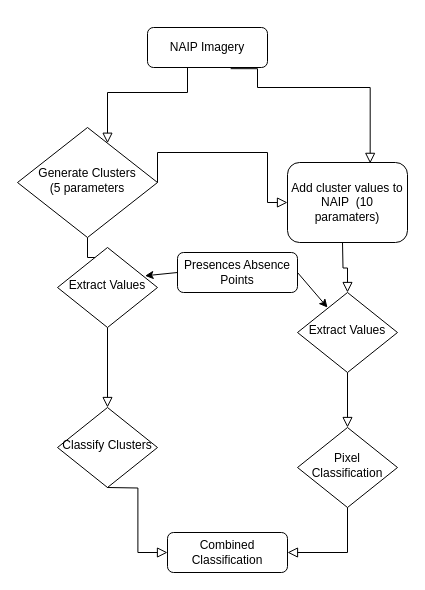
GeospatialCentroid/Agroforestry keeps this draw.io diagram as flowcharts/nonForestTreeClassificationMethoddrawio.drawio. Above is the earlier version. Source tidied: cells renumbered, new cells numbered last; positions are measured from the earlier drawing's top-left corner, leaving out a move shared by most shapes. Both pictures are drawn from the tidied source at 100%, with x=0, y=0 at pixel (17, 27).
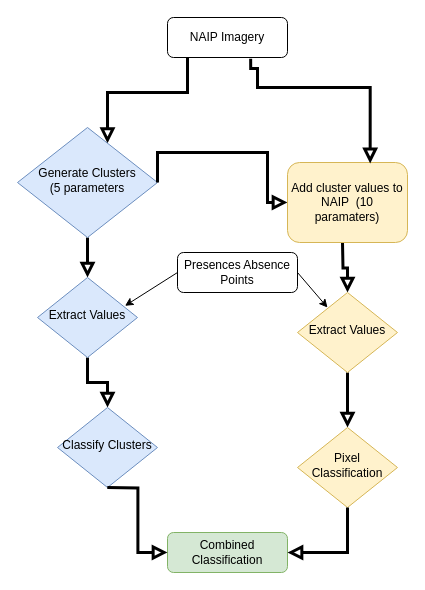
The same diagram, later.

What changed in the source:
```diff
@@
-    <mxCell id="2" style="rounded=0;html=1;jettySize=auto;fontSize=11;endArrow=block;endFill=0;endSize=8;strokeWidth=1;shadow=0;labelBackgroundColor=none;edgeStyle=orthogonalEdgeStyle;" parent="1" edge="1" source="3" target="5">
+    <mxCell id="2" style="rounded=0;html=1;jettySize=auto;fontSize=11;endArrow=block;endFill=0;endSize=8;strokeWidth=3;shadow=0;labelBackgroundColor=none;edgeStyle=orthogonalEdgeStyle;" parent="1" edge="1" source="3" target="5">
       <mxGeometry relative="1" as="geometry">
         <Array as="points">
           <mxPoint x="170" y="65" />
           <mxPoint x="90" y="65" />
         </Array>
       </mxGeometry>
     </mxCell>
     <mxCell id="3" value="&lt;div&gt;NAIP Imagery &lt;br&gt;&lt;/div&gt;" style="rounded=1;whiteSpace=wrap;html=1;fontSize=12;glass=0;strokeWidth=1;shadow=0;" parent="1" vertex="1">
-      <mxGeometry x="130" width="120" height="40" as="geometry" />
+      <mxGeometry x="150" y="-10" width="120" height="40" as="geometry" />
     </mxCell>
-    <mxCell id="4" style="rounded=0;html=1;jettySize=auto;fontSize=11;endArrow=block;endFill=0;endSize=8;strokeWidth=1;shadow=0;labelBackgroundColor=none;edgeStyle=orthogonalEdgeStyle;" parent="1" edge="1" source="5" target="7">
+    <mxCell id="4" style="rounded=0;html=1;jettySize=auto;fontSize=11;endArrow=block;endFill=0;endSize=8;strokeWidth=3;shadow=0;labelBackgroundColor=none;edgeStyle=orthogonalEdgeStyle;" parent="1" edge="1" source="5" target="7">
       <mxGeometry y="20" relative="1" as="geometry" />
     </mxCell>
-    <mxCell id="5" value="&lt;div&gt;Generate Clusters&lt;/div&gt;&lt;div&gt;(5 parameters&lt;br&gt;&lt;/div&gt;" style="rhombus;whiteSpace=wrap;html=1;shadow=0;fontFamily=Helvetica;fontSize=12;align=center;strokeWidth=1;spacing=6;spacingTop=-4;" parent="1" vertex="1">
+    <mxCell id="5" value="&lt;div&gt;Generate Clusters&lt;/div&gt;&lt;div&gt;(5 parameters&lt;br&gt;&lt;/div&gt;" style="rhombus;whiteSpace=wrap;html=1;shadow=0;fontFamily=Helvetica;fontSize=12;align=center;strokeWidth=1;spacing=6;spacingTop=-4;fillColor=#dae8fc;strokeColor=#6c8ebf;" parent="1" vertex="1">
       <mxGeometry y="100" width="140" height="110" as="geometry" />
     </mxCell>
-    <mxCell id="6" style="rounded=0;html=1;jettySize=auto;fontSize=11;endArrow=block;endFill=0;endSize=8;strokeWidth=1;shadow=0;labelBackgroundColor=none;edgeStyle=orthogonalEdgeStyle;entryX=0.5;entryY=0;entryDx=0;entryDy=0;" parent="1" edge="1" source="7" target="10">
+    <mxCell id="6" style="rounded=0;html=1;jettySize=auto;fontSize=11;endArrow=block;endFill=0;endSize=8;strokeWidth=3;shadow=0;labelBackgroundColor=none;edgeStyle=orthogonalEdgeStyle;entryX=0.5;entryY=0;entryDx=0;entryDy=0;" parent="1" edge="1" source="7" target="10">
       <mxGeometry x="-0.5" y="130" relative="1" as="geometry" />
     </mxCell>
-    <mxCell id="7" value="&lt;div&gt;Extract Values&lt;/div&gt;" style="rhombus;whiteSpace=wrap;html=1;shadow=0;fontFamily=Helvetica;fontSize=12;align=center;strokeWidth=1;spacing=6;spacingTop=-4;" parent="1" vertex="1">
-      <mxGeometry x="40" y="220" width="100" height="80" as="geometry" />
+    <mxCell id="7" value="&lt;div&gt;Extract Values&lt;/div&gt;" style="rhombus;whiteSpace=wrap;html=1;shadow=0;fontFamily=Helvetica;fontSize=12;align=center;strokeWidth=1;spacing=6;spacingTop=-4;fillColor=#dae8fc;strokeColor=#6c8ebf;" parent="1" vertex="1">
+      <mxGeometry x="20" y="250" width="100" height="80" as="geometry" />
     </mxCell>
-    <mxCell id="8" value="Combined Classification" style="rounded=1;whiteSpace=wrap;html=1;fontSize=12;glass=0;strokeWidth=1;shadow=0;" parent="1" vertex="1">
+    <mxCell id="8" value="Combined Classification" style="rounded=1;whiteSpace=wrap;html=1;fontSize=12;glass=0;strokeWidth=1;shadow=0;fillColor=#d5e8d4;strokeColor=#82b366;" parent="1" vertex="1">
       <mxGeometry x="150" y="505" width="120" height="40" as="geometry" />
     </mxCell>
@@
-    <mxCell id="10" value="&lt;div&gt;Classify Clusters&lt;br&gt;&lt;/div&gt;" style="rhombus;whiteSpace=wrap;html=1;shadow=0;fontFamily=Helvetica;fontSize=12;align=center;strokeWidth=1;spacing=6;spacingTop=-4;" parent="1" vertex="1">
+    <mxCell id="10" value="&lt;div&gt;Classify Clusters&lt;br&gt;&lt;/div&gt;" style="rhombus;whiteSpace=wrap;html=1;shadow=0;fontFamily=Helvetica;fontSize=12;align=center;strokeWidth=1;spacing=6;spacingTop=-4;fillColor=#dae8fc;strokeColor=#6c8ebf;" parent="1" vertex="1">
       <mxGeometry x="40" y="380" width="100" height="80" as="geometry" />
     </mxCell>
-    <mxCell id="11" style="rounded=0;html=1;jettySize=auto;fontSize=11;endArrow=block;endFill=0;endSize=8;strokeWidth=1;shadow=0;labelBackgroundColor=none;edgeStyle=orthogonalEdgeStyle;exitX=1;exitY=0.5;exitDx=0;exitDy=0;entryX=0;entryY=0.5;entryDx=0;entryDy=0;" parent="1" edge="1" source="5" target="16">
+    <mxCell id="11" style="rounded=0;html=1;jettySize=auto;fontSize=11;endArrow=block;endFill=0;endSize=8;strokeWidth=3;shadow=0;labelBackgroundColor=none;edgeStyle=orthogonalEdgeStyle;exitX=1;exitY=0.5;exitDx=0;exitDy=0;entryX=0;entryY=0.5;entryDx=0;entryDy=0;" parent="1" edge="1" source="5" target="16">
       <mxGeometry relative="1" as="geometry">
         <Array as="points">
           <mxPoint x="140" y="125" />
           <mxPoint x="250" y="125" />
           <mxPoint x="250" y="175" />
         </Array>
       </mxGeometry>
     </mxCell>
-    <mxCell id="12" style="rounded=0;html=1;jettySize=auto;fontSize=11;endArrow=block;endFill=0;endSize=8;strokeWidth=1;shadow=0;labelBackgroundColor=none;edgeStyle=orthogonalEdgeStyle;" parent="1" edge="1" target="14">
+    <mxCell id="12" style="rounded=0;html=1;jettySize=auto;fontSize=11;endArrow=block;endFill=0;endSize=8;strokeWidth=3;shadow=0;labelBackgroundColor=none;edgeStyle=orthogonalEdgeStyle;" parent="1" edge="1" target="14">
       <mxGeometry y="20" relative="1" as="geometry">
         <mxPoint x="325" y="215" as="sourcePoint" />
       </mxGeometry>
     </mxCell>
-    <mxCell id="13" style="rounded=0;html=1;jettySize=auto;fontSize=11;endArrow=block;endFill=0;endSize=8;strokeWidth=1;shadow=0;labelBackgroundColor=none;edgeStyle=orthogonalEdgeStyle;" parent="1" edge="1" source="14" target="15">
+    <mxCell id="13" style="rounded=0;html=1;jettySize=auto;fontSize=11;endArrow=block;endFill=0;endSize=8;strokeWidth=3;shadow=0;labelBackgroundColor=none;edgeStyle=orthogonalEdgeStyle;" parent="1" edge="1" source="14" target="15">
       <mxGeometry x="-0.5" y="130" relative="1" as="geometry" />
     </mxCell>
-    <mxCell id="14" value="&lt;div&gt;Extract Values&lt;/div&gt;" style="rhombus;whiteSpace=wrap;html=1;shadow=0;fontFamily=Helvetica;fontSize=12;align=center;strokeWidth=1;spacing=6;spacingTop=-4;" parent="1" vertex="1">
+    <mxCell id="14" value="&lt;div&gt;Extract Values&lt;/div&gt;" style="rhombus;whiteSpace=wrap;html=1;shadow=0;fontFamily=Helvetica;fontSize=12;align=center;strokeWidth=1;spacing=6;spacingTop=-4;fillColor=#fff2cc;strokeColor=#d6b656;" parent="1" vertex="1">
       <mxGeometry x="280" y="265" width="100" height="80" as="geometry" />
     </mxCell>
-    <mxCell id="15" value="&lt;div&gt;Pixel Classification&lt;br&gt;&lt;/div&gt;" style="rhombus;whiteSpace=wrap;html=1;shadow=0;fontFamily=Helvetica;fontSize=12;align=center;strokeWidth=1;spacing=6;spacingTop=-4;" parent="1" vertex="1">
+    <mxCell id="15" value="&lt;div&gt;Pixel Classification&lt;br&gt;&lt;/div&gt;" style="rhombus;whiteSpace=wrap;html=1;shadow=0;fontFamily=Helvetica;fontSize=12;align=center;strokeWidth=1;spacing=6;spacingTop=-4;fillColor=#fff2cc;strokeColor=#d6b656;" parent="1" vertex="1">
       <mxGeometry x="280" y="400" width="100" height="80" as="geometry" />
     </mxCell>
-    <mxCell id="16" value="Add cluster values to NAIP&amp;nbsp; (10 paramaters) " style="rounded=1;whiteSpace=wrap;html=1;" parent="1" vertex="1">
+    <mxCell id="16" value="Add cluster values to NAIP&amp;nbsp; (10 paramaters) " style="rounded=1;whiteSpace=wrap;html=1;fillColor=#fff2cc;strokeColor=#d6b656;" parent="1" vertex="1">
       <mxGeometry x="270" y="135" width="120" height="80" as="geometry" />
     </mxCell>
@@
-    <mxCell id="19" style="rounded=0;html=1;jettySize=auto;fontSize=11;endArrow=block;endFill=0;endSize=8;strokeWidth=1;shadow=0;labelBackgroundColor=none;edgeStyle=orthogonalEdgeStyle;entryX=0;entryY=0.5;entryDx=0;entryDy=0;" parent="1" edge="1" target="8">
+    <mxCell id="19" style="rounded=0;html=1;jettySize=auto;fontSize=11;endArrow=block;endFill=0;endSize=8;strokeWidth=3;shadow=0;labelBackgroundColor=none;edgeStyle=orthogonalEdgeStyle;entryX=0;entryY=0.5;entryDx=0;entryDy=0;" parent="1" edge="1" target="8">
       <mxGeometry x="-0.5" y="130" relative="1" as="geometry">
         <mxPoint x="89.8" y="460" as="sourcePoint" />
       </mxGeometry>
     </mxCell>
-    <mxCell id="20" style="rounded=0;html=1;jettySize=auto;fontSize=11;endArrow=block;endFill=0;endSize=8;strokeWidth=1;shadow=0;labelBackgroundColor=none;edgeStyle=orthogonalEdgeStyle;entryX=1;entryY=0.5;entryDx=0;entryDy=0;exitX=0.5;exitY=1;exitDx=0;exitDy=0;" parent="1" edge="1" source="15" target="8">
+    <mxCell id="20" style="rounded=0;html=1;jettySize=auto;fontSize=11;endArrow=block;endFill=0;endSize=8;strokeWidth=3;shadow=0;labelBackgroundColor=none;edgeStyle=orthogonalEdgeStyle;entryX=1;entryY=0.5;entryDx=0;entryDy=0;exitX=0.5;exitY=1;exitDx=0;exitDy=0;" parent="1" edge="1" source="15" target="8">
       <mxGeometry x="-0.5" y="130" relative="1" as="geometry" />
     </mxCell>
-    <mxCell id="21" style="rounded=0;html=1;jettySize=auto;fontSize=11;endArrow=block;endFill=0;endSize=8;strokeWidth=1;shadow=0;labelBackgroundColor=none;edgeStyle=orthogonalEdgeStyle;exitX=0.693;exitY=1.029;exitDx=0;exitDy=0;exitPerimeter=0;entryX=0.689;entryY=0.011;entryDx=0;entryDy=0;entryPerimeter=0;" parent="1" edge="1" source="3" target="16">
+    <mxCell id="21" style="rounded=0;html=1;jettySize=auto;fontSize=11;endArrow=block;endFill=0;endSize=8;strokeWidth=3;shadow=0;labelBackgroundColor=none;edgeStyle=orthogonalEdgeStyle;exitX=0.693;exitY=1.029;exitDx=0;exitDy=0;exitPerimeter=0;entryX=0.689;entryY=0.011;entryDx=0;entryDy=0;entryPerimeter=0;" parent="1" edge="1" source="3" target="16">
       <mxGeometry relative="1" as="geometry">
         <Array as="points">
           <mxPoint x="240" y="41" />
           <mxPoint x="240" y="60" />
           <mxPoint x="353" y="60" />
         </Array>
       </mxGeometry>
     </mxCell>
```
